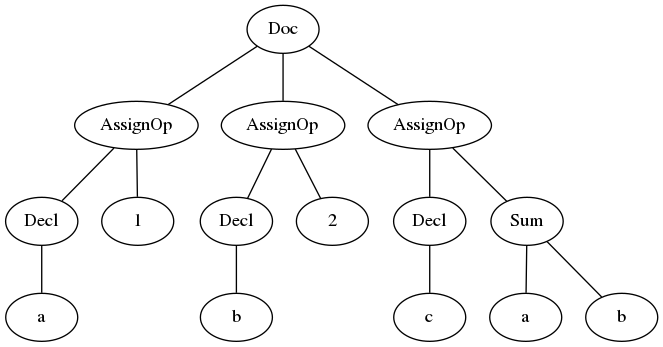
Earlier version of the Graphviz export test_IO/result.png (manomarichal/project-compilers). Its source is kept beside it as test_IO/result.dot.
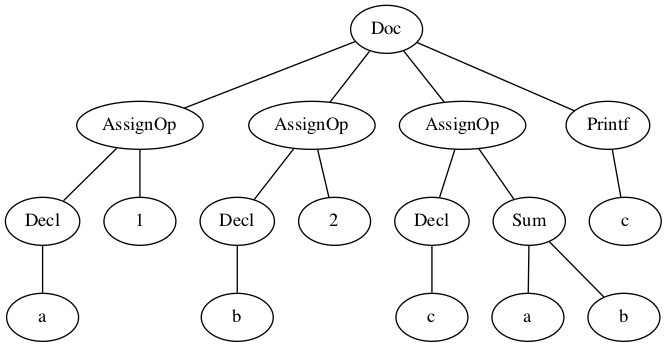
The same file after the commit.

What changed in the source:
```diff
@@ -28,4 +28,8 @@
 13 -- 15;
 10 -- 13;
 1 -- 10;
+16 [label=Printf];
+17 [label=c];
+16 -- 17;
+1 -- 16;
 }
```
